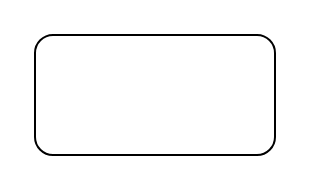
Above: page "Page-1" (1 of 2) of pages/1/3 (spontaneous-symmetry)/Untitled Diagram.drawio in menckend/alpha (draw.io), before the change. Source tidied: cells renumbered, new cells numbered last; positions are measured from the earlier drawing's top-left corner, leaving out a move shared by most shapes. Both pictures are drawn from the tidied source at 200%, with x=0, y=0 at pixel (34, 34).
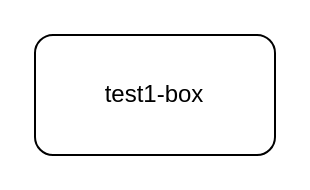
The same page after the edit.

What changed in the source:
```diff
@@
 <mxGraphModel>
   <root>
     <mxCell id="0" />
     <mxCell id="1" parent="0" />
-    <mxCell id="2" style="rounded=1;whiteSpace=wrap;html=1;" parent="1" vertex="1">
+    <mxCell id="2" value="test1-box" style="rounded=1;whiteSpace=wrap;html=1;" parent="1" vertex="1">
       <mxGeometry width="120" height="60" as="geometry" />
     </mxCell>
   </root>
 </mxGraphModel>
```
